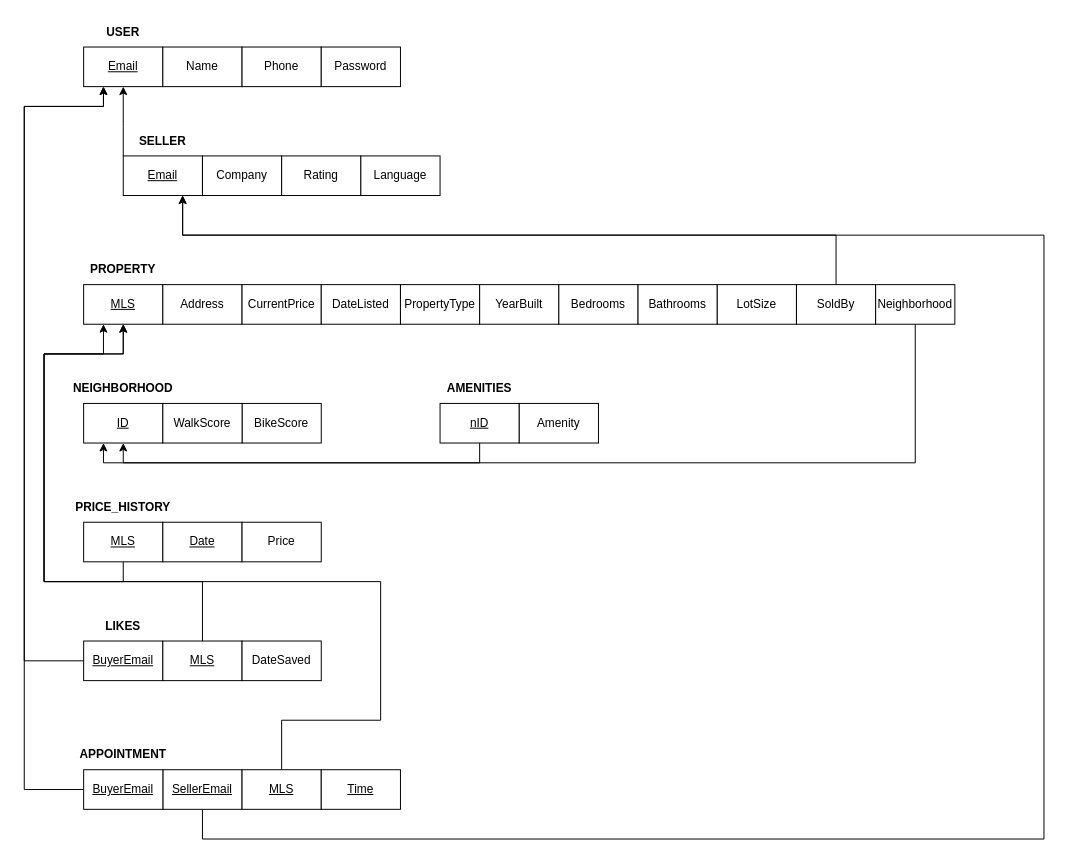
Earlier version of the draw.io diagram page "SCHEMA_V2" (4 of 4) of Proposal/608-project-diagrams.drawio (WillKNguyen/608-607Project). Source tidied: cells renumbered, new cells numbered last; positions are measured from the earlier drawing's top-left corner, leaving out a move shared by most shapes. Both pictures are drawn from the tidied source at 99%, with x=0, y=0 at pixel (24, 17).
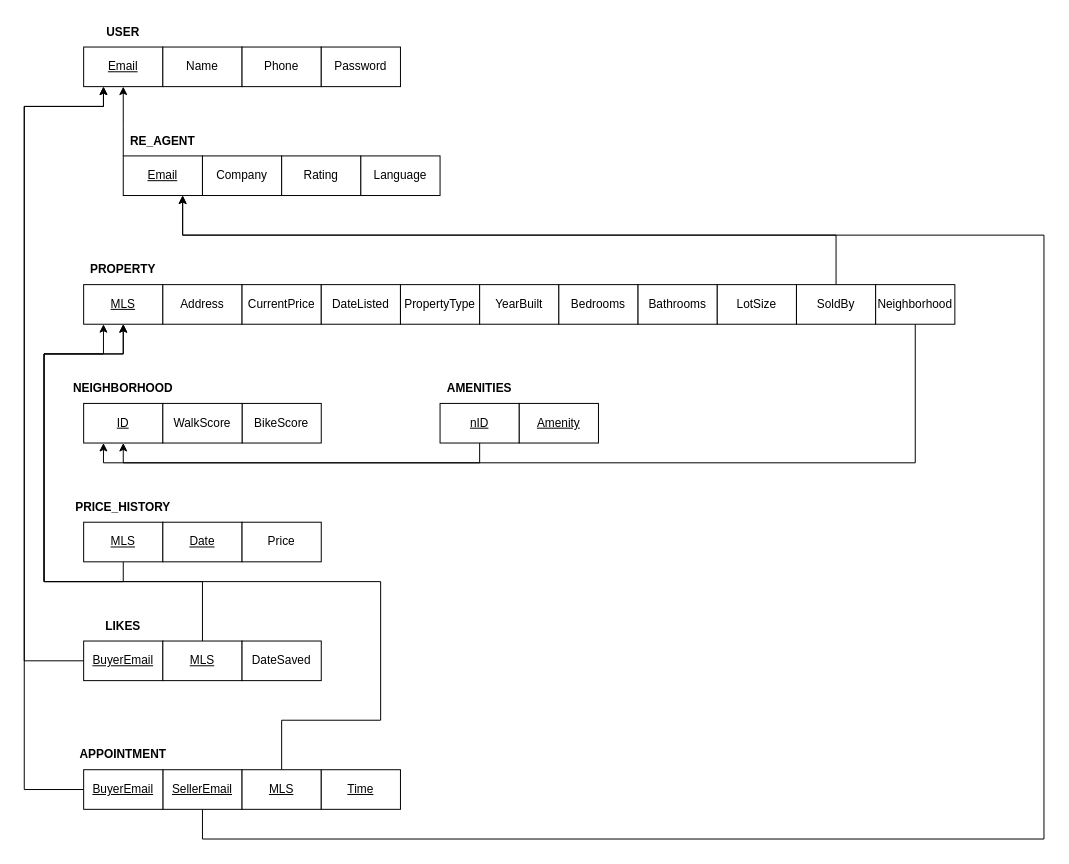
After the change.

Commit message (it also covers changes not shown here):
Underline Amenity, make PROPERTY HAS total.

What changed in the source:
```diff
@@
-    <mxCell id="10" value="SELLER" style="text;html=1;strokeColor=none;fillColor=none;align=center;verticalAlign=middle;whiteSpace=wrap;rounded=0;fontStyle=1;" parent="1" vertex="1">
+    <mxCell id="10" value="RE_AGENT" style="text;html=1;strokeColor=none;fillColor=none;align=center;verticalAlign=middle;whiteSpace=wrap;rounded=0;fontStyle=1;" parent="1" vertex="1">
       <mxGeometry x="110" y="110" width="60" height="30" as="geometry" />
     </mxCell>
@@
-    <mxCell id="35" value="Amenity" style="rounded=0;whiteSpace=wrap;html=1;" parent="1" vertex="1">
+    <mxCell id="35" value="Amenity" style="rounded=0;whiteSpace=wrap;html=1;fontStyle=4;" parent="1" vertex="1">
       <mxGeometry x="500" y="390" width="80" height="40" as="geometry" />
     </mxCell>
```
